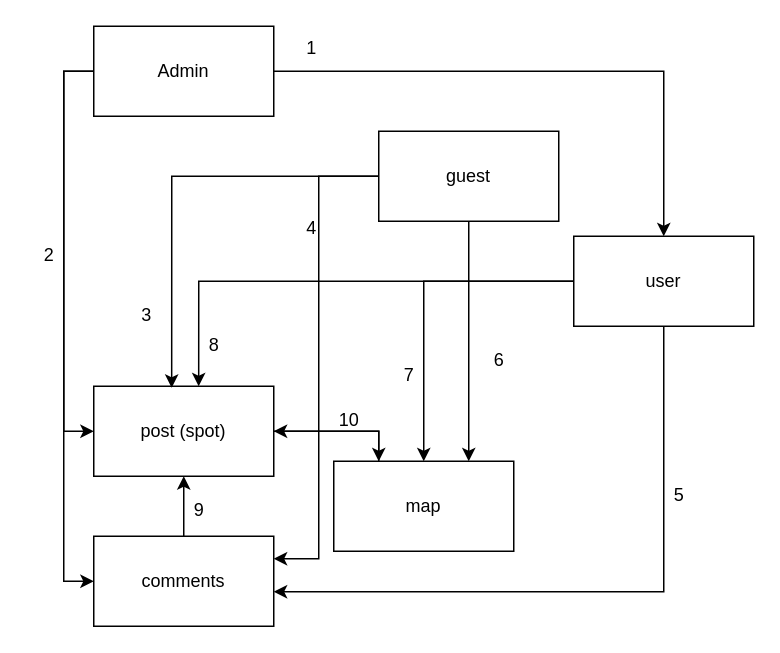
Earlier version of the draw.io diagram docs/model.drawio (MrPelmenis/colspot). Source tidied: cells renumbered, new cells numbered last; positions are measured from the earlier drawing's top-left corner, leaving out a move shared by most shapes. Both pictures are drawn from the tidied source at 150%, with x=0, y=0 at pixel (26, 26).
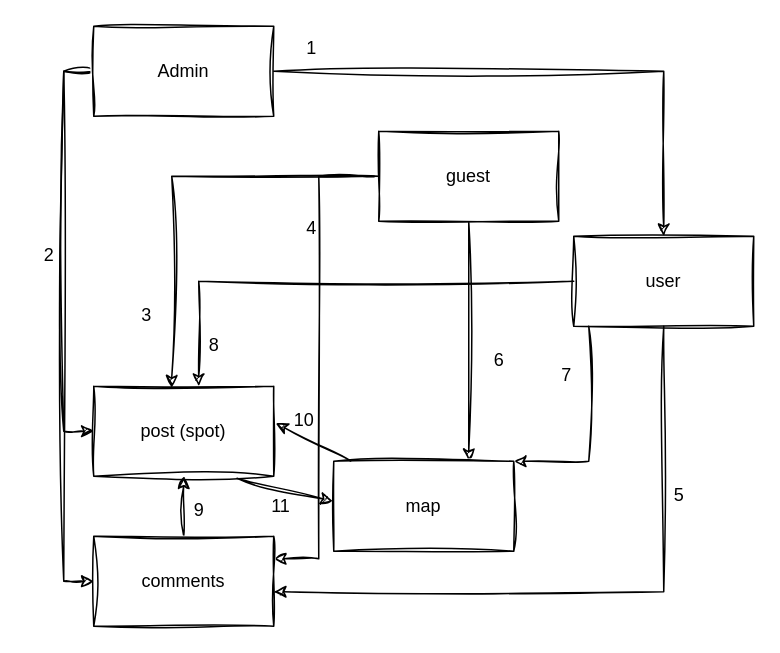
Above is the later version.

The edit, as a diff of the source:
```diff
@@
-    <mxCell id="2" style="edgeStyle=orthogonalEdgeStyle;rounded=0;jettySize=auto;html=1;entryX=0;entryY=0.5;entryDx=0;entryDy=0;" parent="1" edge="1" source="5" target="12">
+    <mxCell id="2" style="edgeStyle=orthogonalEdgeStyle;rounded=0;jettySize=auto;html=1;entryX=0;entryY=0.5;entryDx=0;entryDy=0;sketch=1;curveFitting=1;jiggle=2;" parent="1" edge="1" source="5" target="12">
       <mxGeometry relative="1" as="geometry">
         <Array as="points">
           <mxPoint x="25" y="30" />
           <mxPoint x="25" y="270" />
         </Array>
       </mxGeometry>
     </mxCell>
-    <mxCell id="3" style="edgeStyle=orthogonalEdgeStyle;rounded=0;jettySize=auto;html=1;entryX=0;entryY=0.5;entryDx=0;entryDy=0;" parent="1" edge="1" source="5" target="16">
+    <mxCell id="3" style="edgeStyle=orthogonalEdgeStyle;rounded=0;jettySize=auto;html=1;entryX=0;entryY=0.5;entryDx=0;entryDy=0;sketch=1;curveFitting=1;jiggle=2;" parent="1" edge="1" source="5" target="16">
       <mxGeometry relative="1" as="geometry">
         <Array as="points">
           <mxPoint x="25" y="30" />
           <mxPoint x="25" y="370" />
         </Array>
       </mxGeometry>
     </mxCell>
-    <mxCell id="4" style="edgeStyle=orthogonalEdgeStyle;rounded=0;jettySize=auto;html=1;entryX=0.5;entryY=0;entryDx=0;entryDy=0;" parent="1" edge="1" source="5" target="10">
+    <mxCell id="4" style="edgeStyle=orthogonalEdgeStyle;rounded=0;jettySize=auto;html=1;entryX=0.5;entryY=0;entryDx=0;entryDy=0;sketch=1;curveFitting=1;jiggle=2;" parent="1" edge="1" source="5" target="10">
       <mxGeometry relative="1" as="geometry" />
     </mxCell>
-    <mxCell id="5" value="Admin" style="rounded=0;whiteSpace=wrap;html=1;" parent="1" vertex="1">
+    <mxCell id="5" value="Admin" style="rounded=0;whiteSpace=wrap;html=1;sketch=1;curveFitting=1;jiggle=2;" parent="1" vertex="1">
       <mxGeometry x="45" width="120" height="60" as="geometry" />
     </mxCell>
-    <mxCell id="6" style="edgeStyle=orthogonalEdgeStyle;rounded=0;jettySize=auto;html=1;entryX=0.75;entryY=0;entryDx=0;entryDy=0;" parent="1" edge="1" source="8" target="14">
+    <mxCell id="6" style="edgeStyle=orthogonalEdgeStyle;rounded=0;jettySize=auto;html=1;entryX=0.75;entryY=0;entryDx=0;entryDy=0;sketch=1;curveFitting=1;jiggle=2;" parent="1" edge="1" source="8" target="14">
       <mxGeometry relative="1" as="geometry" />
     </mxCell>
-    <mxCell id="7" style="edgeStyle=orthogonalEdgeStyle;rounded=0;jettySize=auto;html=1;entryX=1;entryY=0.25;entryDx=0;entryDy=0;" parent="1" edge="1" source="8" target="16">
+    <mxCell id="7" style="edgeStyle=orthogonalEdgeStyle;rounded=0;jettySize=auto;html=1;entryX=1;entryY=0.25;entryDx=0;entryDy=0;sketch=1;curveFitting=1;jiggle=2;" parent="1" edge="1" source="8" target="16">
       <mxGeometry relative="1" as="geometry">
         <Array as="points">
           <mxPoint x="195" y="100" />
           <mxPoint x="195" y="355" />
         </Array>
       </mxGeometry>
     </mxCell>
-    <mxCell id="8" value="guest" style="rounded=0;whiteSpace=wrap;html=1;" parent="1" vertex="1">
+    <mxCell id="8" value="guest" style="rounded=0;whiteSpace=wrap;html=1;sketch=1;curveFitting=1;jiggle=2;" parent="1" vertex="1">
       <mxGeometry x="235" y="70" width="120" height="60" as="geometry" />
     </mxCell>
-    <mxCell id="9" style="edgeStyle=orthogonalEdgeStyle;rounded=0;jettySize=auto;html=1;entryX=0.5;entryY=0;entryDx=0;entryDy=0;" parent="1" edge="1" source="10" target="14">
-      <mxGeometry relative="1" as="geometry" />
+    <mxCell id="9" style="edgeStyle=orthogonalEdgeStyle;rounded=0;jettySize=auto;html=1;sketch=1;curveFitting=1;jiggle=2;" parent="1" edge="1" source="10" target="14">
+      <mxGeometry relative="1" as="geometry">
+        <Array as="points">
+          <mxPoint x="375" y="290" />
+        </Array>
+      </mxGeometry>
     </mxCell>
-    <mxCell id="10" value="&lt;div&gt;&lt;span style=&quot;background-color: initial;&quot;&gt;user&lt;/span&gt;&lt;br&gt;&lt;/div&gt;" style="rounded=0;whiteSpace=wrap;html=1;" parent="1" vertex="1">
+    <mxCell id="10" value="&lt;div&gt;&lt;span style=&quot;background-color: initial;&quot;&gt;user&lt;/span&gt;&lt;br&gt;&lt;/div&gt;" style="rounded=0;whiteSpace=wrap;html=1;sketch=1;curveFitting=1;jiggle=2;" parent="1" vertex="1">
       <mxGeometry x="365" y="140" width="120" height="60" as="geometry" />
     </mxCell>
-    <mxCell id="11" style="edgeStyle=orthogonalEdgeStyle;rounded=0;jettySize=auto;html=1;entryX=0.25;entryY=0;entryDx=0;entryDy=0;curved=0;" parent="1" edge="1" source="12" target="14">
-      <mxGeometry relative="1" as="geometry" />
-    </mxCell>
-    <mxCell id="12" value="post (spot)" style="rounded=0;whiteSpace=wrap;html=1;" parent="1" vertex="1">
+    <mxCell id="12" value="post (spot)" style="rounded=0;whiteSpace=wrap;html=1;sketch=1;curveFitting=1;jiggle=2;" parent="1" vertex="1">
       <mxGeometry x="45" y="240" width="120" height="60" as="geometry" />
     </mxCell>
-    <mxCell id="13" style="edgeStyle=orthogonalEdgeStyle;rounded=0;jettySize=auto;html=1;entryX=1;entryY=0.5;entryDx=0;entryDy=0;" parent="1" edge="1" source="14" target="12">
-      <mxGeometry relative="1" as="geometry">
-        <Array as="points">
-          <mxPoint x="235" y="270" />
-        </Array>
-      </mxGeometry>
-    </mxCell>
-    <mxCell id="14" value="map" style="rounded=0;whiteSpace=wrap;html=1;" parent="1" vertex="1">
+    <mxCell id="14" value="map" style="rounded=0;whiteSpace=wrap;html=1;sketch=1;curveFitting=1;jiggle=2;" parent="1" vertex="1">
       <mxGeometry x="205" y="290" width="120" height="60" as="geometry" />
     </mxCell>
-    <mxCell id="15" style="edgeStyle=orthogonalEdgeStyle;rounded=0;jettySize=auto;html=1;entryX=0.5;entryY=1;entryDx=0;entryDy=0;" parent="1" edge="1" source="16" target="12">
+    <mxCell id="15" style="edgeStyle=orthogonalEdgeStyle;rounded=0;jettySize=auto;html=1;entryX=0.5;entryY=1;entryDx=0;entryDy=0;sketch=1;curveFitting=1;jiggle=2;" parent="1" edge="1" source="16" target="12">
       <mxGeometry relative="1" as="geometry">
         <Array as="points">
           <mxPoint x="105" y="340" />
           <mxPoint x="105" y="340" />
         </Array>
       </mxGeometry>
     </mxCell>
-    <mxCell id="16" value="comments" style="rounded=0;whiteSpace=wrap;html=1;" parent="1" vertex="1">
+    <mxCell id="16" value="comments" style="rounded=0;whiteSpace=wrap;html=1;sketch=1;curveFitting=1;jiggle=2;" parent="1" vertex="1">
       <mxGeometry x="45" y="340" width="120" height="60" as="geometry" />
     </mxCell>
-    <mxCell id="17" style="edgeStyle=orthogonalEdgeStyle;rounded=0;jettySize=auto;html=1;entryX=0.433;entryY=0.017;entryDx=0;entryDy=0;entryPerimeter=0;" parent="1" edge="1" source="8" target="12">
+    <mxCell id="17" style="edgeStyle=orthogonalEdgeStyle;rounded=0;jettySize=auto;html=1;entryX=0.433;entryY=0.017;entryDx=0;entryDy=0;entryPerimeter=0;sketch=1;curveFitting=1;jiggle=2;" parent="1" edge="1" source="8" target="12">
       <mxGeometry relative="1" as="geometry" />
     </mxCell>
-    <mxCell id="18" style="edgeStyle=orthogonalEdgeStyle;rounded=0;jettySize=auto;html=1;entryX=0.583;entryY=0;entryDx=0;entryDy=0;entryPerimeter=0;" parent="1" edge="1" source="10" target="12">
+    <mxCell id="18" style="edgeStyle=orthogonalEdgeStyle;rounded=0;jettySize=auto;html=1;entryX=0.583;entryY=0;entryDx=0;entryDy=0;entryPerimeter=0;sketch=1;curveFitting=1;jiggle=2;" parent="1" edge="1" source="10" target="12">
       <mxGeometry relative="1" as="geometry" />
     </mxCell>
-    <mxCell id="19" style="edgeStyle=orthogonalEdgeStyle;rounded=0;jettySize=auto;html=1;entryX=1;entryY=0.617;entryDx=0;entryDy=0;entryPerimeter=0;" parent="1" edge="1" source="10" target="16">
+    <mxCell id="19" style="edgeStyle=orthogonalEdgeStyle;rounded=0;jettySize=auto;html=1;entryX=1;entryY=0.617;entryDx=0;entryDy=0;entryPerimeter=0;sketch=1;curveFitting=1;jiggle=2;" parent="1" edge="1" source="10" target="16">
       <mxGeometry relative="1" as="geometry">
         <Array as="points">
           <mxPoint x="425" y="377" />
         </Array>
       </mxGeometry>
     </mxCell>
-    <mxCell id="20" value="1" style="text;html=1;align=center;verticalAlign=middle;strokeColor=none;fillColor=none;" parent="1" vertex="1">
+    <mxCell id="20" value="1" style="text;html=1;align=center;verticalAlign=middle;strokeColor=none;fillColor=none;sketch=1;curveFitting=1;jiggle=2;" parent="1" vertex="1">
       <mxGeometry x="175" width="30" height="30" as="geometry" />
     </mxCell>
-    <mxCell id="21" value="2" style="text;html=1;align=center;verticalAlign=middle;strokeColor=none;fillColor=none;" parent="1" vertex="1">
+    <mxCell id="21" value="2" style="text;html=1;align=center;verticalAlign=middle;strokeColor=none;fillColor=none;sketch=1;curveFitting=1;jiggle=2;" parent="1" vertex="1">
       <mxGeometry y="138" width="30" height="30" as="geometry" />
     </mxCell>
-    <mxCell id="22" value="3" style="text;html=1;align=center;verticalAlign=middle;strokeColor=none;fillColor=none;" parent="1" vertex="1">
+    <mxCell id="22" value="3" style="text;html=1;align=center;verticalAlign=middle;strokeColor=none;fillColor=none;sketch=1;curveFitting=1;jiggle=2;" parent="1" vertex="1">
       <mxGeometry x="65" y="178" width="30" height="30" as="geometry" />
     </mxCell>
-    <mxCell id="23" value="4" style="text;html=1;align=center;verticalAlign=middle;strokeColor=none;fillColor=none;" parent="1" vertex="1">
+    <mxCell id="23" value="4" style="text;html=1;align=center;verticalAlign=middle;strokeColor=none;fillColor=none;sketch=1;curveFitting=1;jiggle=2;" parent="1" vertex="1">
       <mxGeometry x="175" y="120" width="30" height="30" as="geometry" />
     </mxCell>
-    <mxCell id="24" value="5" style="text;html=1;align=center;verticalAlign=middle;strokeColor=none;fillColor=none;" parent="1" vertex="1">
+    <mxCell id="24" value="5" style="text;html=1;align=center;verticalAlign=middle;strokeColor=none;fillColor=none;sketch=1;curveFitting=1;jiggle=2;" parent="1" vertex="1">
       <mxGeometry x="420" y="298" width="30" height="30" as="geometry" />
     </mxCell>
-    <mxCell id="25" value="6" style="text;html=1;align=center;verticalAlign=middle;strokeColor=none;fillColor=none;" parent="1" vertex="1">
+    <mxCell id="25" value="6" style="text;html=1;align=center;verticalAlign=middle;strokeColor=none;fillColor=none;sketch=1;curveFitting=1;jiggle=2;" parent="1" vertex="1">
       <mxGeometry x="300" y="208" width="30" height="30" as="geometry" />
     </mxCell>
-    <mxCell id="26" value="7" style="text;html=1;align=center;verticalAlign=middle;strokeColor=none;fillColor=none;" parent="1" vertex="1">
-      <mxGeometry x="240" y="218" width="30" height="30" as="geometry" />
+    <mxCell id="26" value="7" style="text;html=1;align=center;verticalAlign=middle;strokeColor=none;fillColor=none;sketch=1;curveFitting=1;jiggle=2;" parent="1" vertex="1">
+      <mxGeometry x="345" y="218" width="30" height="30" as="geometry" />
     </mxCell>
-    <mxCell id="27" value="8" style="text;html=1;align=center;verticalAlign=middle;strokeColor=none;fillColor=none;" parent="1" vertex="1">
+    <mxCell id="27" value="8" style="text;html=1;align=center;verticalAlign=middle;strokeColor=none;fillColor=none;sketch=1;curveFitting=1;jiggle=2;" parent="1" vertex="1">
       <mxGeometry x="110" y="198" width="30" height="30" as="geometry" />
     </mxCell>
-    <mxCell id="28" value="9" style="text;html=1;align=center;verticalAlign=middle;strokeColor=none;fillColor=none;" parent="1" vertex="1">
+    <mxCell id="28" value="9" style="text;html=1;align=center;verticalAlign=middle;strokeColor=none;fillColor=none;sketch=1;curveFitting=1;jiggle=2;" parent="1" vertex="1">
       <mxGeometry x="100" y="308" width="30" height="30" as="geometry" />
     </mxCell>
-    <mxCell id="29" value="10" style="text;html=1;align=center;verticalAlign=middle;strokeColor=none;fillColor=none;" parent="1" vertex="1">
-      <mxGeometry x="195" y="248" width="40" height="30" as="geometry" />
+    <mxCell id="29" value="10" style="text;html=1;align=center;verticalAlign=middle;strokeColor=none;fillColor=none;sketch=1;curveFitting=1;jiggle=2;" parent="1" vertex="1">
+      <mxGeometry x="165" y="248" width="40" height="30" as="geometry" />
     </mxCell>
+    <mxCell id="13" style="endArrow=classic;html=1;rounded=0;exitX=0.094;exitY=-0.002;exitDx=0;exitDy=0;exitPerimeter=0;entryX=1.011;entryY=0.411;entryDx=0;entryDy=0;entryPerimeter=0;sketch=1;curveFitting=1;jiggle=2;" parent="1" edge="1" source="14" target="12">
+      <mxGeometry relative="1" as="geometry" />
+    </mxCell>
+    <mxCell id="11" style="endArrow=classic;html=1;rounded=0;exitX=0.796;exitY=1.022;exitDx=0;exitDy=0;exitPerimeter=0;entryX=-0.005;entryY=0.443;entryDx=0;entryDy=0;entryPerimeter=0;fontStyle=2;align=center;sketch=1;curveFitting=1;jiggle=2;" parent="1" edge="1" source="12" target="14">
+      <mxGeometry relative="1" as="geometry" />
+    </mxCell>
+    <mxCell id="30" value="&lt;font face=&quot;Helvetica&quot;&gt;11&lt;/font&gt;" style="text;strokeColor=none;align=center;fillColor=none;html=1;verticalAlign=middle;whiteSpace=wrap;rounded=0;fontFamily=Architects Daughter;" parent="1" vertex="1">
+      <mxGeometry x="140" y="305" width="60" height="30" as="geometry" />
+    </mxCell>
```
